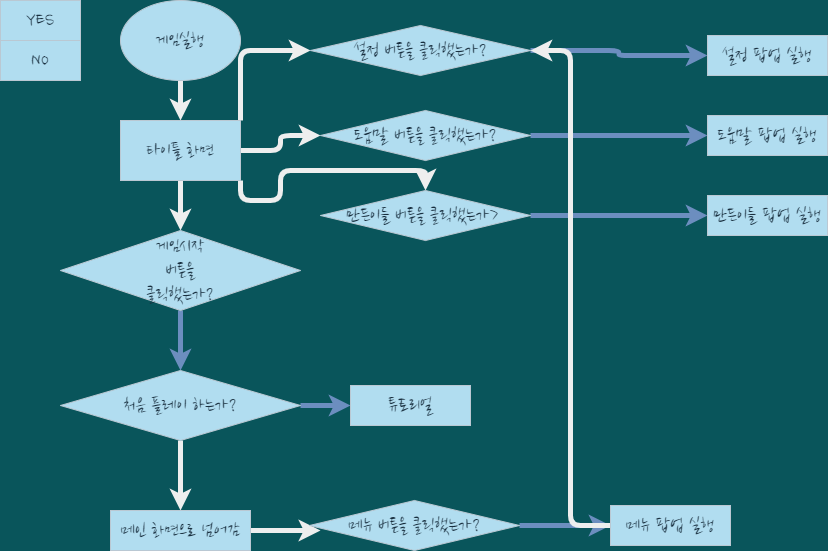
Earlier version of the draw.io export gameplay_flowchat.drawio.png (kinesis19/stac_project_SME). Source tidied: cells renumbered, new cells last; positions are measured from the earlier drawing's top-left corner, leaving out a move shared by most shapes.
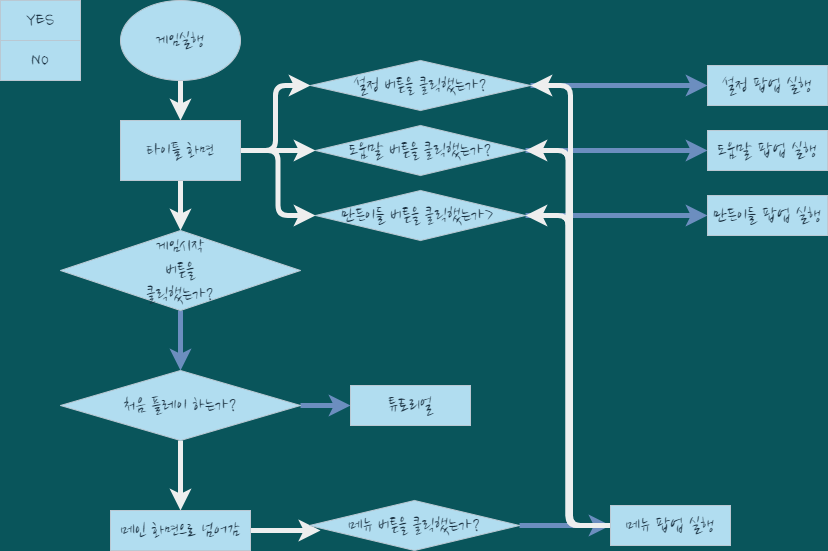
Later version of the same file.

Diff of the diagram source:
```diff
@@ -17,15 +17,15 @@
     <mxCell id="6" style="edgeStyle=orthogonalEdgeStyle;curved=0;rounded=1;sketch=0;jettySize=auto;html=1;fontColor=#FFFFFF;strokeColor=#EEEEEE;strokeWidth=5;" parent="1" edge="1" source="10" target="12">
       <mxGeometry relative="1" as="geometry" />
     </mxCell>
-    <mxCell id="7" style="edgeStyle=orthogonalEdgeStyle;curved=0;rounded=1;sketch=0;jettySize=auto;html=1;exitX=1;exitY=0;exitDx=0;exitDy=0;entryX=0;entryY=0.5;entryDx=0;entryDy=0;fontColor=#FFFFFF;strokeColor=#EEEEEE;strokeWidth=5;" parent="1" edge="1" source="10" target="14">
-      <mxGeometry relative="1" as="geometry" />
-    </mxCell>
     <mxCell id="8" style="edgeStyle=orthogonalEdgeStyle;curved=0;rounded=1;sketch=0;jettySize=auto;html=1;entryX=0;entryY=0.5;entryDx=0;entryDy=0;fontColor=#FFFFFF;strokeColor=#EEEEEE;strokeWidth=5;" parent="1" edge="1" source="10" target="16">
       <mxGeometry relative="1" as="geometry" />
     </mxCell>
-    <mxCell id="9" style="edgeStyle=orthogonalEdgeStyle;curved=0;rounded=1;sketch=0;jettySize=auto;html=1;exitX=1;exitY=1;exitDx=0;exitDy=0;fontColor=#FFFFFF;strokeColor=#EEEEEE;strokeWidth=5;" parent="1" edge="1" source="10" target="18">
+    <mxCell id="9" style="edgeStyle=orthogonalEdgeStyle;curved=0;rounded=1;sketch=0;jettySize=auto;html=1;exitX=1;exitY=0.5;exitDx=0;exitDy=0;entryX=0;entryY=0.5;entryDx=0;entryDy=0;fontColor=#FFFFFF;strokeColor=#EEEEEE;strokeWidth=5;" parent="1" edge="1" source="10" target="18">
       <mxGeometry relative="1" as="geometry" />
     </mxCell>
+    <mxCell id="7" style="edgeStyle=orthogonalEdgeStyle;curved=0;rounded=1;sketch=0;jettySize=auto;html=1;exitX=1;exitY=0.5;exitDx=0;exitDy=0;entryX=0;entryY=0.5;entryDx=0;entryDy=0;fontColor=#FFFFFF;strokeColor=#EEEEEE;strokeWidth=5;" parent="1" edge="1" source="10" target="14">
+      <mxGeometry relative="1" as="geometry" />
+    </mxCell>
     <mxCell id="10" value="타이틀 화면" style="rounded=0;whiteSpace=wrap;html=1;sketch=0;fontFamily=Nanum Brush Script;fontSource=https%3A%2F%2Ffonts.googleapis.com%2Fcss%3Ffamily%3DNanum%2BBrush%2BScript;fontSize=20;fillColor=#B1DDF0;strokeColor=#BAC8D3;fontColor=#182E3E;" parent="1" vertex="1">
       <mxGeometry x="120" y="120" width="120" height="60" as="geometry" />
     </mxCell>
@@ -39,25 +39,25 @@
       <mxGeometry relative="1" as="geometry" />
     </mxCell>
     <mxCell id="14" value="설정 버튼을 클릭했는가?" style="rhombus;whiteSpace=wrap;html=1;rounded=0;sketch=0;fontFamily=Nanum Brush Script;fontSource=https%3A%2F%2Ffonts.googleapis.com%2Fcss%3Ffamily%3DNanum%2BBrush%2BScript;fontSize=20;fillColor=#B1DDF0;strokeColor=#BAC8D3;fontColor=#182E3E;" parent="1" vertex="1">
-      <mxGeometry x="310" y="25" width="220" height="50" as="geometry" />
+      <mxGeometry x="310" y="60" width="220" height="50" as="geometry" />
     </mxCell>
     <mxCell id="15" style="edgeStyle=orthogonalEdgeStyle;curved=0;rounded=1;sketch=0;jettySize=auto;html=1;exitX=1;exitY=0.5;exitDx=0;exitDy=0;entryX=0;entryY=0.5;entryDx=0;entryDy=0;fontColor=#FFFFFF;strokeColor=#6c8ebf;strokeWidth=5;fillColor=#dae8fc;gradientColor=#7ea6e0;" parent="1" edge="1" source="16" target="20">
       <mxGeometry relative="1" as="geometry" />
     </mxCell>
     <mxCell id="16" value="도움말 버튼을 클릭했는가?" style="rhombus;whiteSpace=wrap;html=1;rounded=0;sketch=0;fontFamily=Nanum Brush Script;fontSource=https%3A%2F%2Ffonts.googleapis.com%2Fcss%3Ffamily%3DNanum%2BBrush%2BScript;fontSize=20;fillColor=#B1DDF0;strokeColor=#BAC8D3;fontColor=#182E3E;" parent="1" vertex="1">
-      <mxGeometry x="320" y="110" width="210" height="50" as="geometry" />
+      <mxGeometry x="315" y="125" width="210" height="50" as="geometry" />
     </mxCell>
     <mxCell id="17" style="edgeStyle=orthogonalEdgeStyle;curved=0;rounded=1;sketch=0;jettySize=auto;html=1;exitX=1;exitY=0.5;exitDx=0;exitDy=0;fontColor=#FFFFFF;strokeColor=#6c8ebf;strokeWidth=5;fillColor=#dae8fc;gradientColor=#7ea6e0;" parent="1" edge="1" source="18" target="21">
       <mxGeometry relative="1" as="geometry" />
     </mxCell>
     <mxCell id="18" value="만든이들 버튼을 클릭했는가&amp;gt;&amp;nbsp;" style="rhombus;whiteSpace=wrap;html=1;rounded=0;sketch=0;fontFamily=Nanum Brush Script;fontSource=https%3A%2F%2Ffonts.googleapis.com%2Fcss%3Ffamily%3DNanum%2BBrush%2BScript;fontSize=20;fillColor=#B1DDF0;strokeColor=#BAC8D3;fontColor=#182E3E;" parent="1" vertex="1">
-      <mxGeometry x="320" y="190" width="210" height="50" as="geometry" />
+      <mxGeometry x="315" y="190" width="210" height="50" as="geometry" />
     </mxCell>
     <mxCell id="19" value="설정 팝업 실행" style="rounded=0;whiteSpace=wrap;html=1;sketch=0;fontFamily=Nanum Brush Script;fontSource=https%3A%2F%2Ffonts.googleapis.com%2Fcss%3Ffamily%3DNanum%2BBrush%2BScript;fontSize=20;fillColor=#B1DDF0;strokeColor=#BAC8D3;fontColor=#182E3E;" parent="1" vertex="1">
-      <mxGeometry x="707" y="35" width="120" height="40" as="geometry" />
+      <mxGeometry x="707" y="65" width="120" height="40" as="geometry" />
     </mxCell>
     <mxCell id="20" value="도움말 팝업 실행" style="rounded=0;whiteSpace=wrap;html=1;sketch=0;fontFamily=Nanum Brush Script;fontSource=https%3A%2F%2Ffonts.googleapis.com%2Fcss%3Ffamily%3DNanum%2BBrush%2BScript;fontSize=20;fillColor=#B1DDF0;strokeColor=#BAC8D3;fontColor=#182E3E;" parent="1" vertex="1">
-      <mxGeometry x="707" y="115" width="120" height="40" as="geometry" />
+      <mxGeometry x="707" y="130" width="120" height="40" as="geometry" />
     </mxCell>
     <mxCell id="21" value="만든이들 팝업 실행" style="rounded=0;whiteSpace=wrap;html=1;sketch=0;fontFamily=Nanum Brush Script;fontSource=https%3A%2F%2Ffonts.googleapis.com%2Fcss%3Ffamily%3DNanum%2BBrush%2BScript;fontSize=20;fillColor=#B1DDF0;strokeColor=#BAC8D3;fontColor=#182E3E;" parent="1" vertex="1">
       <mxGeometry x="707" y="195" width="120" height="40" as="geometry" />
@@ -91,6 +91,12 @@
     <mxCell id="30" style="edgeStyle=orthogonalEdgeStyle;curved=0;rounded=1;sketch=0;jettySize=auto;html=1;entryX=1;entryY=0.5;entryDx=0;entryDy=0;fontColor=#FFFFFF;strokeColor=#EEEEEE;strokeWidth=5;" parent="1" edge="1" source="31" target="14">
       <mxGeometry relative="1" as="geometry" />
     </mxCell>
+    <mxCell id="32" style="edgeStyle=orthogonalEdgeStyle;curved=0;rounded=1;sketch=0;jettySize=auto;html=1;entryX=1;entryY=0.5;entryDx=0;entryDy=0;fontColor=#FFFFFF;strokeColor=#EEEEEE;strokeWidth=5;" parent="1" edge="1" source="31" target="16">
+      <mxGeometry relative="1" as="geometry" />
+    </mxCell>
+    <mxCell id="33" style="edgeStyle=orthogonalEdgeStyle;curved=0;rounded=1;sketch=0;jettySize=auto;html=1;exitX=0;exitY=0.5;exitDx=0;exitDy=0;entryX=1;entryY=0.5;entryDx=0;entryDy=0;fontColor=#FFFFFF;strokeColor=#EEEEEE;strokeWidth=5;" parent="1" edge="1" source="31" target="18">
+      <mxGeometry relative="1" as="geometry" />
+    </mxCell>
     <mxCell id="31" value="메뉴 팝업 실행" style="rounded=0;whiteSpace=wrap;html=1;sketch=0;fontFamily=Nanum Brush Script;fontSource=https%3A%2F%2Ffonts.googleapis.com%2Fcss%3Ffamily%3DNanum%2BBrush%2BScript;fontSize=20;fillColor=#B1DDF0;strokeColor=#BAC8D3;fontColor=#182E3E;" parent="1" vertex="1">
       <mxGeometry x="610" y="505" width="120" height="40" as="geometry" />
     </mxCell>
```
